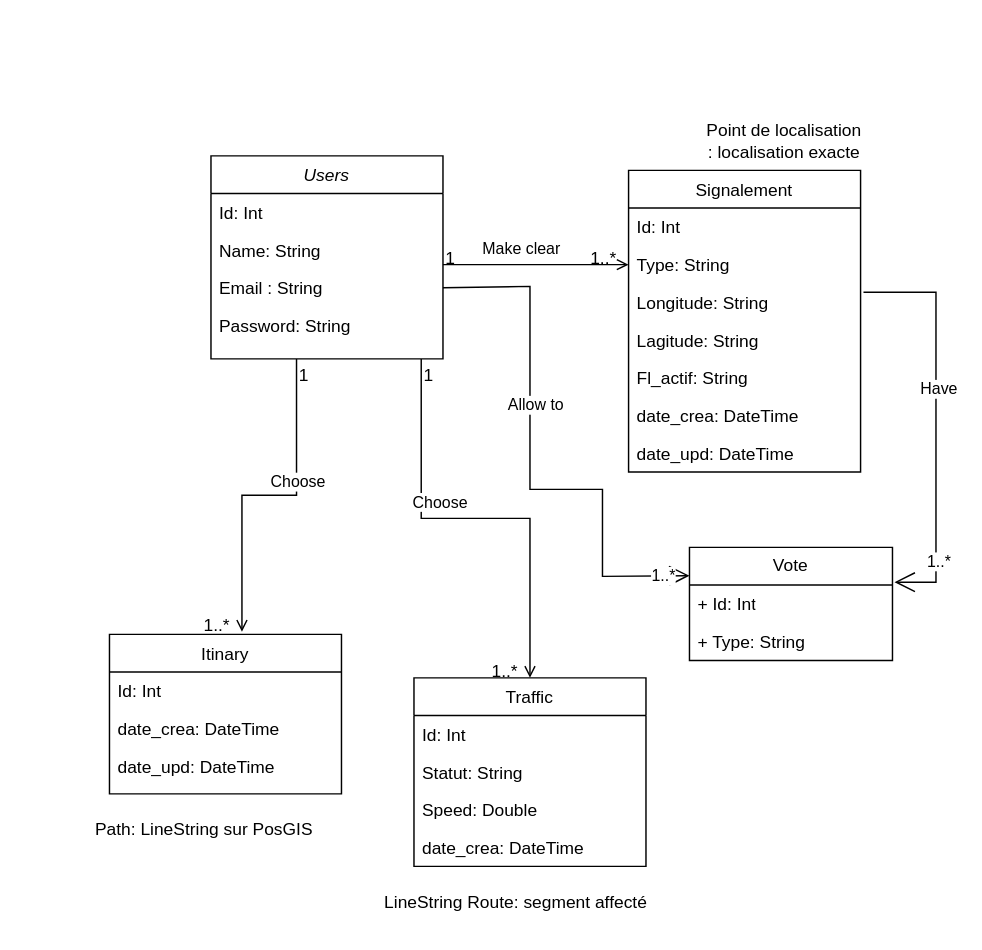
Earlier version of the draw.io diagram documentation/file-diagramme-uml/Diagramme sans nom.drawio (hamza-bely/4proj). Source tidied: cells renumbered, new cells numbered last; positions are measured from the earlier drawing's top-left corner, leaving out a move shared by most shapes. Both pictures are drawn from the tidied source at 145%, with x=0, y=0 at pixel (80, 112).
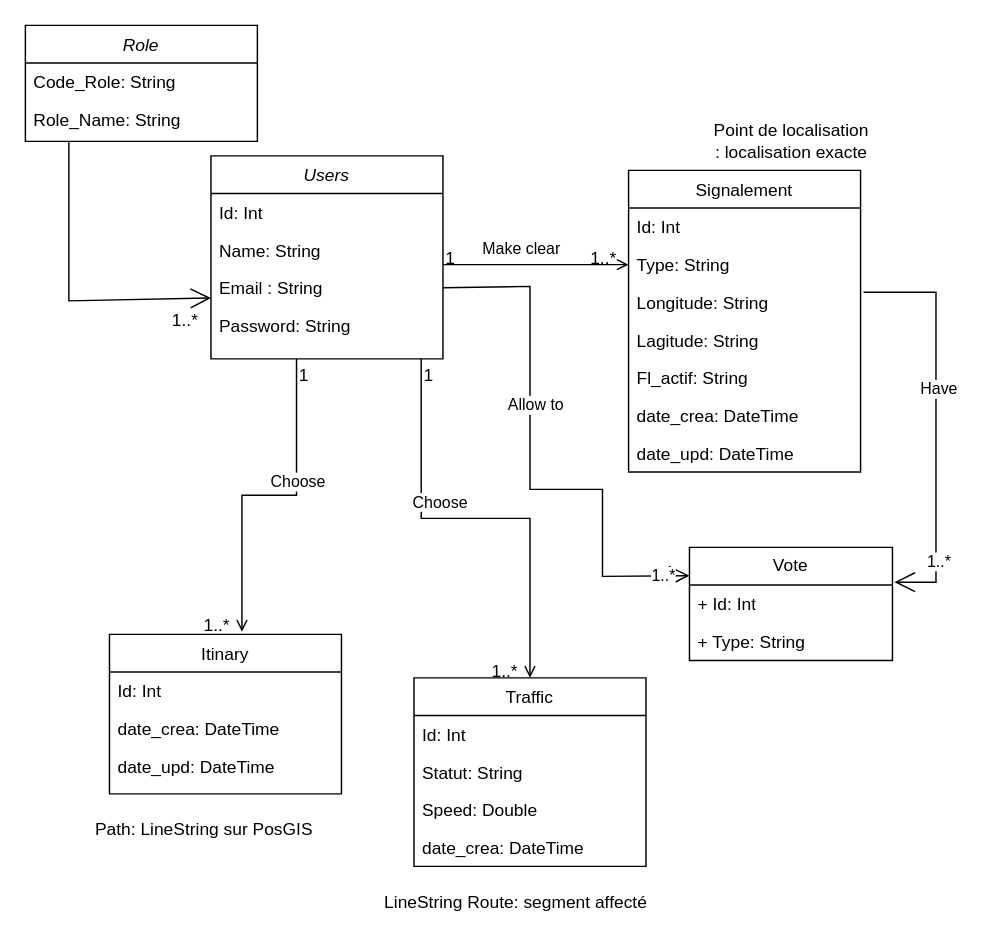
The same diagram, later.

Commit message:
ajout d'une nouvelle classe

The change refers to these unchanged cells:
```xml
<mxCell id="5" value="Email : String" style="text;align=left;verticalAlign=top;spacingLeft=4;spacingRight=4;overflow=hidden;points=[[0,0.5],[1,0.5]];portConstraint=eastwest;rounded=0;shadow=0;html=0;" parent="2" vertex="1">
  <mxGeometry y="78" width="160" height="26" as="geometry" />
</mxCell>
```

Diff of the diagram source:
```diff
@@
     <mxCell id="32" value="Point de localisation&lt;div&gt;: localisation exacte&lt;/div&gt;" style="text;html=1;align=center;verticalAlign=middle;strokeColor=none;fillColor=none;" parent="1" vertex="1">
-      <mxGeometry x="420" width="130" height="40" as="geometry" />
+      <mxGeometry x="425" width="130" height="40" as="geometry" />
     </mxCell>
@@
+    <mxCell id="48" value="Role" style="swimlane;fontStyle=2;align=center;verticalAlign=top;horizontal=1;startSize=26;rounded=0;shadow=0;strokeWidth=1;" parent="1" vertex="1">
+      <mxGeometry x="-38" y="-60" width="160" height="80" as="geometry" />
+    </mxCell>
+    <mxCell id="49" value="Code_Role: String" style="text;align=left;verticalAlign=top;spacingLeft=4;spacingRight=4;overflow=hidden;" parent="48" vertex="1">
+      <mxGeometry y="26" width="160" height="26" as="geometry" />
+    </mxCell>
+    <mxCell id="50" value="Role_Name: String" style="text;align=left;verticalAlign=top;spacingLeft=4;spacingRight=4;overflow=hidden;" parent="48" vertex="1">
+      <mxGeometry y="52" width="160" height="26" as="geometry" />
+    </mxCell>
+    <mxCell id="51" style="endArrow=open;endFill=1;endSize=12;html=1;rounded=0;entryX=0;entryY=0.769;entryDx=0;entryDy=0;entryPerimeter=0;" parent="1" edge="1" target="5">
+      <mxGeometry relative="1" as="geometry">
+        <mxPoint x="-8" y="20" as="sourcePoint" />
+        <Array as="points">
+          <mxPoint x="-8" y="130" />
+        </Array>
+      </mxGeometry>
+    </mxCell>
+    <mxCell id="52" value="1..*" style="text;html=1;align=center;verticalAlign=middle;strokeColor=none;fillColor=none;" parent="1" vertex="1">
+      <mxGeometry x="52" y="129" width="40" height="30" as="geometry" />
+    </mxCell>
```
